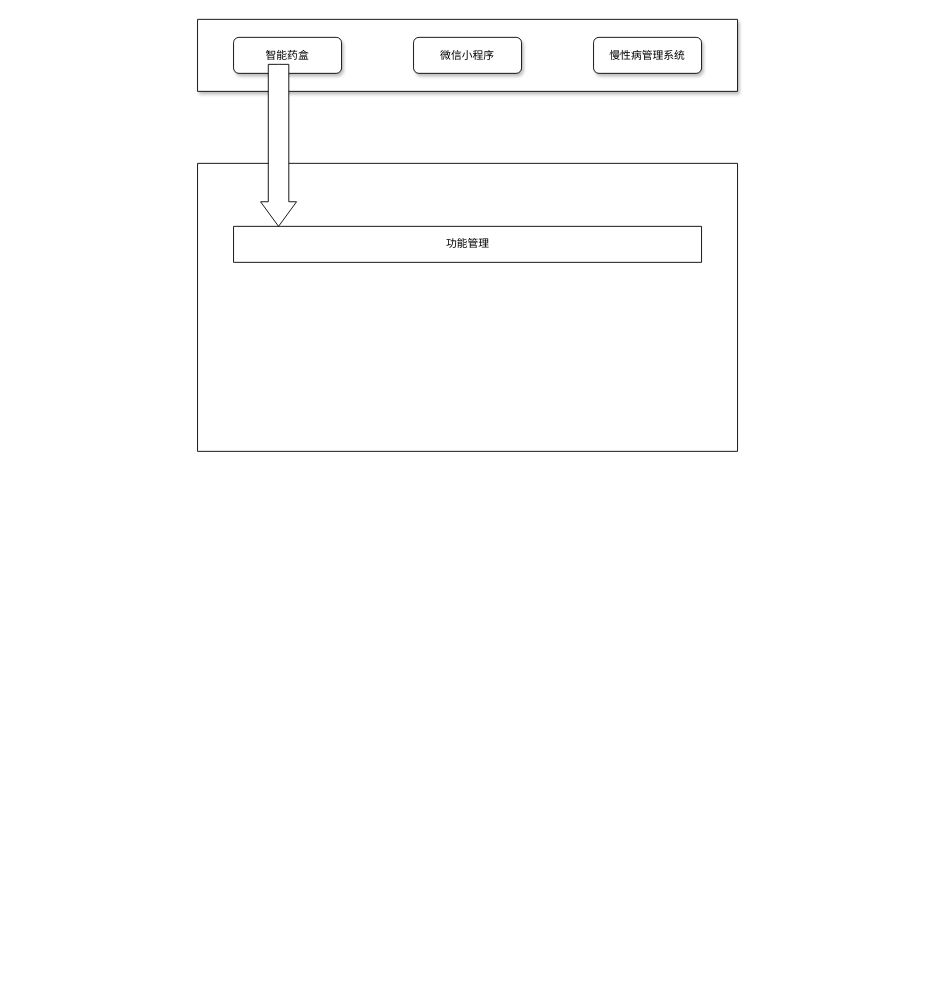
This is 药盒结构图.drawio from 177-Liukuan/MyPicture, a draw.io file, before an edit. Source tidied: cells renumbered, new cells numbered last; positions are measured from the earlier drawing's top-left corner, leaving out a move shared by most shapes. Both pictures are drawn from the tidied source at 90%, with x=0, y=0 at pixel (197, 19).
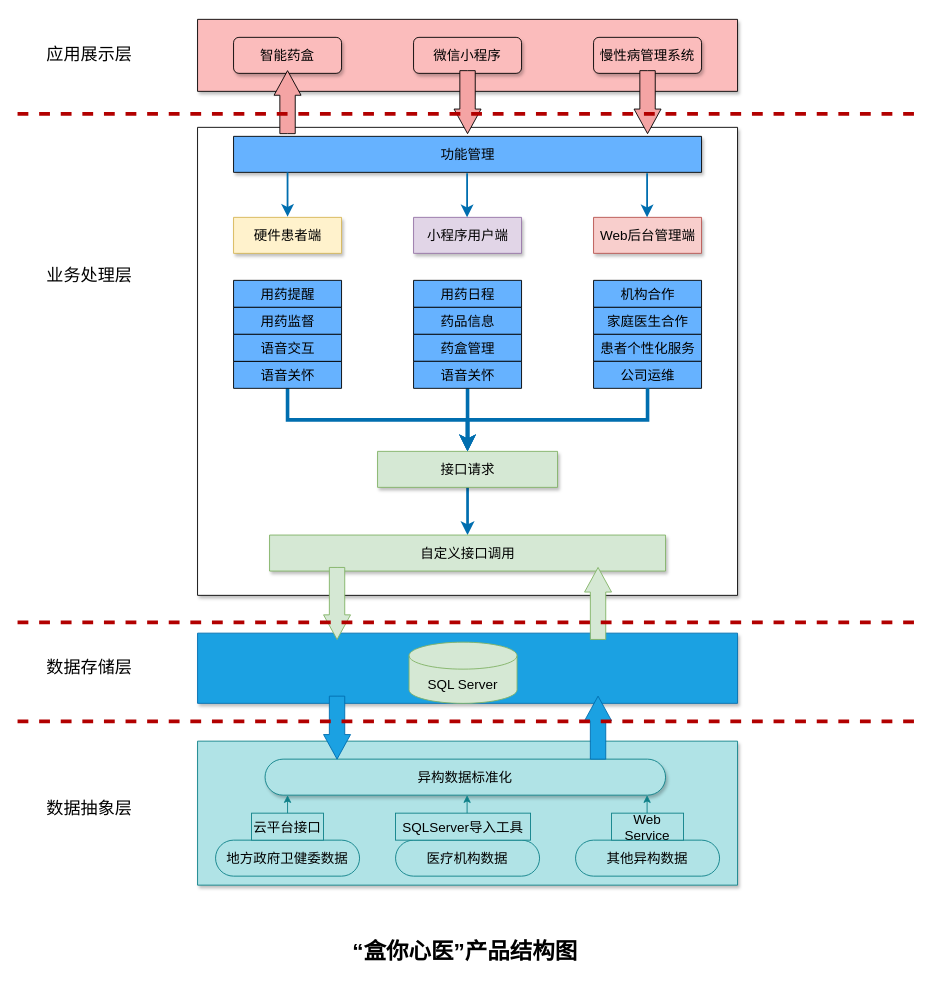
The same diagram, later.

Commit message:
更新药盒结构图.drawio

Change to the diagram source:
```diff
@@
-    <mxCell id="2" style="verticalLabelPosition=bottom;verticalAlign=top;html=1;shape=mxgraph.basic.rect;fillColor2=none;strokeWidth=1;size=20;indent=5;shadow=1;" parent="1" vertex="1">
+    <mxCell id="2" style="verticalLabelPosition=bottom;verticalAlign=top;html=1;shape=mxgraph.basic.rect;fillColor2=none;strokeWidth=1;size=20;indent=5;shadow=1;fillColor=#fbbcbc;fontSize=15;" parent="1" vertex="1">
       <mxGeometry width="600" height="80" as="geometry" />
     </mxCell>
-    <mxCell id="3" value="智能药盒" style="rounded=1;whiteSpace=wrap;html=1;gradientColor=none;glass=0;shadow=1;" parent="1" vertex="1">
+    <mxCell id="3" value="&lt;font style=&quot;vertical-align: inherit; font-size: 15px;&quot;&gt;&lt;font style=&quot;vertical-align: inherit; font-size: 15px;&quot;&gt;智能药盒&lt;/font&gt;&lt;/font&gt;" style="rounded=1;whiteSpace=wrap;html=1;gradientColor=none;glass=0;shadow=1;fillColor=#fbbcbc;fontSize=15;" parent="1" vertex="1">
       <mxGeometry x="40" y="20" width="120" height="40" as="geometry" />
     </mxCell>
-    <mxCell id="4" value="微信小程序" style="rounded=1;whiteSpace=wrap;html=1;gradientColor=none;glass=0;shadow=1;" parent="1" vertex="1">
+    <mxCell id="4" value="&lt;font style=&quot;vertical-align: inherit; font-size: 15px;&quot;&gt;&lt;font style=&quot;vertical-align: inherit; font-size: 15px;&quot;&gt;微信小程序&lt;/font&gt;&lt;/font&gt;" style="rounded=1;whiteSpace=wrap;html=1;gradientColor=none;glass=0;shadow=1;fillColor=#fbbcbc;fontSize=15;" parent="1" vertex="1">
       <mxGeometry x="240" y="20" width="120" height="40" as="geometry" />
     </mxCell>
-    <mxCell id="5" value="慢性病管理系统" style="rounded=1;whiteSpace=wrap;html=1;gradientColor=none;glass=0;shadow=1;" parent="1" vertex="1">
+    <mxCell id="5" value="&lt;font style=&quot;vertical-align: inherit; font-size: 15px;&quot;&gt;&lt;font style=&quot;vertical-align: inherit; font-size: 15px;&quot;&gt;慢性病管理系统&lt;/font&gt;&lt;/font&gt;" style="rounded=1;whiteSpace=wrap;html=1;gradientColor=none;glass=0;shadow=1;fillColor=#fbbcbc;fontSize=15;" parent="1" vertex="1">
       <mxGeometry x="440" y="20" width="120" height="40" as="geometry" />
     </mxCell>
-    <mxCell id="6" style="verticalLabelPosition=bottom;verticalAlign=top;html=1;shape=mxgraph.basic.rect;fillColor2=none;strokeWidth=1;size=20;indent=5;" parent="1" vertex="1">
-      <mxGeometry y="160" width="600" height="320" as="geometry" />
+    <mxCell id="6" style="verticalLabelPosition=bottom;verticalAlign=top;html=1;shape=mxgraph.basic.rect;fillColor2=none;strokeWidth=1;size=20;indent=5;shadow=1;fontSize=15;" parent="1" vertex="1">
+      <mxGeometry y="120" width="600" height="520" as="geometry" />
     </mxCell>
-    <mxCell id="7" value="功能管理" style="verticalLabelPosition=middle;verticalAlign=middle;html=1;shape=mxgraph.basic.rect;fillColor2=none;strokeWidth=1;size=20;indent=5;labelPosition=center;align=center;" parent="1" vertex="1">
-      <mxGeometry x="40" y="230" width="520" height="40" as="geometry" />
+    <mxCell id="7" value="&lt;font style=&quot;vertical-align: inherit; font-size: 15px;&quot;&gt;&lt;font style=&quot;vertical-align: inherit; font-size: 15px;&quot;&gt;功能管理&lt;/font&gt;&lt;/font&gt;" style="verticalLabelPosition=middle;verticalAlign=middle;html=1;shape=mxgraph.basic.rect;fillColor2=none;strokeWidth=1;size=20;indent=5;labelPosition=center;align=center;shadow=1;fillStyle=auto;fillColor=#66B2FF;fontSize=15;" parent="1" vertex="1">
+      <mxGeometry x="40" y="130" width="520" height="40" as="geometry" />
     </mxCell>
-    <mxCell id="8" style="html=1;shadow=0;dashed=0;align=center;verticalAlign=middle;shape=mxgraph.arrows2.arrow;dy=0.43;dx=27.33;direction=south;notch=0;" parent="1" vertex="1">
-      <mxGeometry x="70" y="50" width="40" height="180" as="geometry" />
+    <mxCell id="8" style="html=1;shadow=0;dashed=0;align=center;verticalAlign=middle;shape=mxgraph.arrows2.arrow;dy=0.43;dx=27.33;direction=south;notch=0;fillColor=#f4a4a4;fontSize=15;" parent="1" vertex="1">
+      <mxGeometry x="485" y="57" width="30" height="70" as="geometry" />
     </mxCell>
+    <mxCell id="9" style="html=1;shadow=0;dashed=0;align=center;verticalAlign=middle;shape=mxgraph.arrows2.arrow;dy=0.43;dx=27.33;direction=south;notch=0;fillColor=#f4a4a4;fontSize=15;" parent="1" vertex="1">
+      <mxGeometry x="285" y="57" width="30" height="70" as="geometry" />
+    </mxCell>
+    <mxCell id="10" style="html=1;shadow=0;dashed=0;align=center;verticalAlign=middle;shape=mxgraph.arrows2.arrow;dy=0.43;dx=27.33;direction=south;notch=0;rotation=-180;fillColor=#f4a4a4;fontSize=15;" parent="1" vertex="1">
+      <mxGeometry x="85" y="57" width="30" height="70" as="geometry" />
+    </mxCell>
+    <mxCell id="11" style="edgeStyle=orthogonalEdgeStyle;rounded=0;jettySize=auto;html=1;fillColor=#1ba1e2;strokeColor=#006EAF;strokeWidth=3;fontSize=15;" parent="1" edge="1" source="12" target="13">
+      <mxGeometry relative="1" as="geometry" />
+    </mxCell>
+    <mxCell id="12" value="接口请求" style="verticalLabelPosition=middle;verticalAlign=middle;html=1;shape=mxgraph.basic.rect;fillColor2=none;strokeWidth=1;size=20;indent=5;labelPosition=center;align=center;shadow=1;fillColor=#d5e8d4;strokeColor=#82b366;fontSize=15;" parent="1" vertex="1">
+      <mxGeometry x="200" y="480" width="200" height="40" as="geometry" />
+    </mxCell>
+    <mxCell id="13" value="自定义接口调用" style="verticalLabelPosition=middle;verticalAlign=middle;html=1;shape=mxgraph.basic.rect;fillColor2=none;strokeWidth=1;size=20;indent=5;labelPosition=center;align=center;shadow=1;fillColor=#d5e8d4;strokeColor=#82b366;fontSize=15;" parent="1" vertex="1">
+      <mxGeometry x="80" y="573" width="440" height="40" as="geometry" />
+    </mxCell>
+    <mxCell id="14" value="硬件患者端" style="verticalLabelPosition=middle;verticalAlign=middle;html=1;shape=mxgraph.basic.rect;fillColor2=none;strokeWidth=1;size=20;indent=5;labelPosition=center;align=center;fillStyle=auto;shadow=1;fillColor=#fff2cc;strokeColor=#d6b656;fontSize=15;" parent="1" vertex="1">
+      <mxGeometry x="40" y="220" width="120" height="40" as="geometry" />
+    </mxCell>
+    <mxCell id="15" value="小程序用户端" style="verticalLabelPosition=middle;verticalAlign=middle;html=1;shape=mxgraph.basic.rect;fillColor2=none;strokeWidth=1;size=20;indent=5;labelPosition=center;align=center;fillStyle=auto;shadow=1;fillColor=#e1d5e7;strokeColor=#9673a6;fontSize=15;" parent="1" vertex="1">
+      <mxGeometry x="240" y="220" width="120" height="40" as="geometry" />
+    </mxCell>
+    <mxCell id="16" value="Web后台管理端" style="verticalLabelPosition=middle;verticalAlign=middle;html=1;shape=mxgraph.basic.rect;fillColor2=none;strokeWidth=1;size=20;indent=5;labelPosition=center;align=center;fillStyle=auto;shadow=1;fillColor=#f8cecc;strokeColor=#b85450;fontSize=15;" parent="1" vertex="1">
+      <mxGeometry x="440" y="220" width="120" height="40" as="geometry" />
+    </mxCell>
+    <mxCell id="17" value="用药提醒" style="verticalLabelPosition=middle;verticalAlign=middle;html=1;shape=mxgraph.basic.rect;fillColor2=none;strokeWidth=1;size=20;indent=5;labelPosition=center;align=center;fillColor=#66B2FF;fontSize=15;" parent="1" vertex="1">
+      <mxGeometry x="40" y="290" width="120" height="30" as="geometry" />
+    </mxCell>
+    <mxCell id="18" value="用药监督" style="verticalLabelPosition=middle;verticalAlign=middle;html=1;shape=mxgraph.basic.rect;fillColor2=none;strokeWidth=1;size=20;indent=5;labelPosition=center;align=center;fillColor=#66B2FF;fontSize=15;" parent="1" vertex="1">
+      <mxGeometry x="40" y="320" width="120" height="30" as="geometry" />
+    </mxCell>
+    <mxCell id="19" style="edgeStyle=elbowEdgeStyle;rounded=0;jettySize=auto;html=1;elbow=vertical;fillColor=#1ba1e2;strokeColor=#006EAF;strokeWidth=4;fontSize=15;" parent="1" edge="1" source="20" target="12">
+      <mxGeometry relative="1" as="geometry" />
+    </mxCell>
+    <mxCell id="20" value="语音关怀" style="verticalLabelPosition=middle;verticalAlign=middle;html=1;shape=mxgraph.basic.rect;fillColor2=none;strokeWidth=1;size=20;indent=5;labelPosition=center;align=center;fillColor=#66B2FF;fontSize=15;" parent="1" vertex="1">
+      <mxGeometry x="40" y="380" width="120" height="30" as="geometry" />
+    </mxCell>
+    <mxCell id="21" value="语音交互" style="verticalLabelPosition=middle;verticalAlign=middle;html=1;shape=mxgraph.basic.rect;fillColor2=none;strokeWidth=1;size=20;indent=5;labelPosition=center;align=center;fillColor=#66B2FF;fontSize=15;" parent="1" vertex="1">
+      <mxGeometry x="40" y="350" width="120" height="30" as="geometry" />
+    </mxCell>
+    <mxCell id="22" value="用药日程" style="verticalLabelPosition=middle;verticalAlign=middle;html=1;shape=mxgraph.basic.rect;fillColor2=none;strokeWidth=1;size=20;indent=5;labelPosition=center;align=center;fillColor=#66B2FF;fontSize=15;" parent="1" vertex="1">
+      <mxGeometry x="240" y="290" width="120" height="30" as="geometry" />
+    </mxCell>
+    <mxCell id="23" value="药品信息" style="verticalLabelPosition=middle;verticalAlign=middle;html=1;shape=mxgraph.basic.rect;fillColor2=none;strokeWidth=1;size=20;indent=5;labelPosition=center;align=center;fillColor=#66B2FF;fontSize=15;" parent="1" vertex="1">
+      <mxGeometry x="240" y="320" width="120" height="30" as="geometry" />
+    </mxCell>
+    <mxCell id="24" value="药盒管理" style="verticalLabelPosition=middle;verticalAlign=middle;html=1;shape=mxgraph.basic.rect;fillColor2=none;strokeWidth=1;size=20;indent=5;labelPosition=center;align=center;fillColor=#66B2FF;fontSize=15;" parent="1" vertex="1">
+      <mxGeometry x="240" y="350" width="120" height="30" as="geometry" />
+    </mxCell>
+    <mxCell id="25" style="edgeStyle=orthogonalEdgeStyle;rounded=0;jettySize=auto;html=1;fillColor=#1ba1e2;strokeColor=#006EAF;strokeWidth=4;fontSize=15;" parent="1" edge="1" source="26" target="12">
+      <mxGeometry relative="1" as="geometry" />
+    </mxCell>
+    <mxCell id="26" value="语音关怀" style="verticalLabelPosition=middle;verticalAlign=middle;html=1;shape=mxgraph.basic.rect;fillColor2=none;strokeWidth=1;size=20;indent=5;labelPosition=center;align=center;fillColor=#66B2FF;fontSize=15;" parent="1" vertex="1">
+      <mxGeometry x="240" y="380" width="120" height="30" as="geometry" />
+    </mxCell>
+    <mxCell id="27" value="机构合作" style="verticalLabelPosition=middle;verticalAlign=middle;html=1;shape=mxgraph.basic.rect;fillColor2=none;strokeWidth=1;size=20;indent=5;labelPosition=center;align=center;fillColor=#66B2FF;fontSize=15;" parent="1" vertex="1">
+      <mxGeometry x="440" y="290" width="120" height="30" as="geometry" />
+    </mxCell>
+    <mxCell id="28" value="家庭医生合作" style="verticalLabelPosition=middle;verticalAlign=middle;html=1;shape=mxgraph.basic.rect;fillColor2=none;strokeWidth=1;size=20;indent=5;labelPosition=center;align=center;fillColor=#66B2FF;fontSize=15;" parent="1" vertex="1">
+      <mxGeometry x="440" y="320" width="120" height="30" as="geometry" />
+    </mxCell>
+    <mxCell id="29" value="患者个性化服务" style="verticalLabelPosition=middle;verticalAlign=middle;html=1;shape=mxgraph.basic.rect;fillColor2=none;strokeWidth=1;size=20;indent=5;labelPosition=center;align=center;fillColor=#66B2FF;fontSize=15;" parent="1" vertex="1">
+      <mxGeometry x="440" y="350" width="120" height="30" as="geometry" />
+    </mxCell>
+    <mxCell id="30" value="公司运维" style="verticalLabelPosition=middle;verticalAlign=middle;html=1;shape=mxgraph.basic.rect;fillColor2=none;strokeWidth=1;size=20;indent=5;labelPosition=center;align=center;fillColor=#66B2FF;fontSize=15;" parent="1" vertex="1">
+      <mxGeometry x="440" y="380" width="120" height="30" as="geometry" />
+    </mxCell>
+    <mxCell id="31" style="endArrow=classic;html=1;rounded=0;endSize=8;startSize=8;entryX=0.5;entryY=-0.017;entryDx=0;entryDy=0;entryPerimeter=0;fillColor=#1ba1e2;strokeColor=#006EAF;strokeWidth=2;fontSize=15;" parent="1" edge="1" target="14">
+      <mxGeometry relative="1" as="geometry">
+        <mxPoint x="100" y="170" as="sourcePoint" />
+      </mxGeometry>
+    </mxCell>
+    <mxCell id="32" style="endArrow=classic;html=1;rounded=0;endSize=8;startSize=8;entryX=0.5;entryY=-0.017;entryDx=0;entryDy=0;entryPerimeter=0;fillColor=#1ba1e2;strokeColor=#006EAF;strokeWidth=2;fontSize=15;" parent="1" edge="1">
+      <mxGeometry relative="1" as="geometry">
+        <mxPoint x="299.5" y="171" as="sourcePoint" />
+        <mxPoint x="299.5" y="220" as="targetPoint" />
+      </mxGeometry>
+    </mxCell>
+    <mxCell id="33" style="endArrow=classic;html=1;rounded=0;endSize=8;startSize=8;entryX=0.5;entryY=-0.017;entryDx=0;entryDy=0;entryPerimeter=0;fillColor=#1ba1e2;strokeColor=#006EAF;strokeWidth=2;fontSize=15;" parent="1" edge="1">
+      <mxGeometry relative="1" as="geometry">
+        <mxPoint x="499.5" y="171" as="sourcePoint" />
+        <mxPoint x="499.5" y="220" as="targetPoint" />
+      </mxGeometry>
+    </mxCell>
+    <mxCell id="34" style="verticalLabelPosition=bottom;verticalAlign=top;html=1;shape=mxgraph.basic.rect;fillColor2=none;strokeWidth=1;size=20;indent=5;shadow=1;fillColor=#1ba1e2;strokeColor=#006EAF;fontColor=#ffffff;fontSize=15;" parent="1" vertex="1">
+      <mxGeometry y="682" width="600" height="78" as="geometry" />
+    </mxCell>
+    <mxCell id="35" style="edgeStyle=elbowEdgeStyle;rounded=0;jettySize=auto;html=1;elbow=vertical;fillColor=#1ba1e2;strokeColor=#006EAF;strokeWidth=4;fontSize=15;" parent="1" edge="1" target="12">
+      <mxGeometry relative="1" as="geometry">
+        <mxPoint x="500" y="410" as="sourcePoint" />
+      </mxGeometry>
+    </mxCell>
+    <mxCell id="36" style="html=1;shadow=0;dashed=0;align=center;verticalAlign=middle;shape=mxgraph.arrows2.arrow;dy=0.43;dx=27.33;direction=south;notch=0;fillColor=#d5e8d4;strokeColor=#82b366;fontSize=15;" parent="1" vertex="1">
+      <mxGeometry x="140" y="609" width="30" height="80" as="geometry" />
+    </mxCell>
+    <mxCell id="37" style="html=1;shadow=0;dashed=0;align=center;verticalAlign=middle;shape=mxgraph.arrows2.arrow;dy=0.43;dx=27.33;direction=south;notch=0;rotation=-180;fillColor=#d5e8d4;strokeColor=#82b366;fontSize=15;" parent="1" vertex="1">
+      <mxGeometry x="430" y="609" width="30" height="80" as="geometry" />
+    </mxCell>
+    <mxCell id="38" value="SQL Server" style="shape=cylinder3;whiteSpace=wrap;html=1;boundedLbl=1;backgroundOutline=1;size=15;fillColor=#d5e8d4;strokeColor=#82b366;fontSize=15;" parent="1" vertex="1">
+      <mxGeometry x="235" y="692" width="120" height="68" as="geometry" />
+    </mxCell>
+    <mxCell id="39" style="verticalLabelPosition=bottom;verticalAlign=top;html=1;shape=mxgraph.basic.rect;fillColor2=none;strokeWidth=1;size=20;indent=5;shadow=1;fillColor=#b0e3e6;strokeColor=#0e8088;fontSize=15;" parent="1" vertex="1">
+      <mxGeometry y="802" width="600" height="160" as="geometry" />
+    </mxCell>
+    <mxCell id="40" value="异构数据标准化" style="rounded=1;whiteSpace=wrap;html=1;absoluteArcSize=1;arcSize=90;shadow=1;fillColor=#b0e3e6;strokeColor=#0e8088;fontSize=15;" parent="1" vertex="1">
+      <mxGeometry x="75" y="822" width="445" height="40" as="geometry" />
+    </mxCell>
+    <mxCell id="41" value="医疗机构数据" style="rounded=1;whiteSpace=wrap;html=1;absoluteArcSize=1;arcSize=90;fillColor=#b0e3e6;strokeColor=#0e8088;fontSize=15;" parent="1" vertex="1">
+      <mxGeometry x="220" y="912" width="160" height="40" as="geometry" />
+    </mxCell>
+    <mxCell id="42" value="其他异构数据" style="rounded=1;whiteSpace=wrap;html=1;absoluteArcSize=1;arcSize=90;fillColor=#b0e3e6;strokeColor=#0e8088;fontSize=15;" parent="1" vertex="1">
+      <mxGeometry x="420" y="912" width="160" height="40" as="geometry" />
+    </mxCell>
+    <mxCell id="43" value="地方政府卫健委数据" style="rounded=1;whiteSpace=wrap;html=1;absoluteArcSize=1;arcSize=90;fillColor=#b0e3e6;strokeColor=#0e8088;fontSize=15;" parent="1" vertex="1">
+      <mxGeometry x="20" y="912" width="160" height="40" as="geometry" />
+    </mxCell>
+    <mxCell id="44" style="html=1;shadow=0;dashed=0;align=center;verticalAlign=middle;shape=mxgraph.arrows2.arrow;dy=0.43;dx=27.33;direction=south;notch=0;fillColor=#1ba1e2;fontColor=#ffffff;strokeColor=#006EAF;fontSize=15;" parent="1" vertex="1">
+      <mxGeometry x="140" y="752" width="30" height="70" as="geometry" />
+    </mxCell>
+    <mxCell id="45" style="html=1;shadow=0;dashed=0;align=center;verticalAlign=middle;shape=mxgraph.arrows2.arrow;dy=0.43;dx=27.33;direction=south;notch=0;rotation=-180;fillColor=#1ba1e2;fontColor=#ffffff;strokeColor=#006EAF;fontSize=15;" parent="1" vertex="1">
+      <mxGeometry x="430" y="752" width="30" height="70" as="geometry" />
+    </mxCell>
+    <mxCell id="46" style="endArrow=classic;html=1;rounded=0;exitX=0.5;exitY=0;exitDx=0;exitDy=0;fillColor=#b0e3e6;strokeColor=#0e8088;fontSize=15;" parent="1" edge="1" source="43">
+      <mxGeometry relative="1" as="geometry">
+        <mxPoint x="100" y="862" as="targetPoint" />
+      </mxGeometry>
+    </mxCell>
+    <mxCell id="47" style="endArrow=classic;html=1;rounded=0;exitX=0.5;exitY=0;exitDx=0;exitDy=0;fillColor=#b0e3e6;strokeColor=#0e8088;fontSize=15;" parent="1" edge="1">
+      <mxGeometry relative="1" as="geometry">
+        <mxPoint x="299.5" y="912" as="sourcePoint" />
+        <mxPoint x="299.5" y="862" as="targetPoint" />
+      </mxGeometry>
+    </mxCell>
+    <mxCell id="48" style="endArrow=classic;html=1;rounded=0;exitX=0.5;exitY=0;exitDx=0;exitDy=0;fillColor=#b0e3e6;strokeColor=#0e8088;fontSize=15;" parent="1" edge="1">
+      <mxGeometry relative="1" as="geometry">
+        <mxPoint x="499.5" y="912" as="sourcePoint" />
+        <mxPoint x="499.5" y="862" as="targetPoint" />
+      </mxGeometry>
+    </mxCell>
+    <mxCell id="49" value="云平台接口" style="text;html=1;strokeColor=#0e8088;fillColor=#b0e3e6;align=center;verticalAlign=middle;whiteSpace=wrap;rounded=0;fontSize=15;" parent="1" vertex="1">
+      <mxGeometry x="60" y="882" width="80" height="30" as="geometry" />
+    </mxCell>
+    <mxCell id="50" value="SQLServer导入工具" style="text;html=1;strokeColor=#0e8088;fillColor=#b0e3e6;align=center;verticalAlign=middle;whiteSpace=wrap;rounded=0;fontSize=15;" parent="1" vertex="1">
+      <mxGeometry x="220" y="882" width="150" height="30" as="geometry" />
+    </mxCell>
+    <mxCell id="51" value="Web Service" style="text;html=1;strokeColor=#0e8088;fillColor=#b0e3e6;align=center;verticalAlign=middle;whiteSpace=wrap;rounded=0;fontSize=15;" parent="1" vertex="1">
+      <mxGeometry x="460" y="882" width="80" height="30" as="geometry" />
+    </mxCell>
+    <mxCell id="52" style="endArrow=none;dashed=1;html=1;rounded=0;fontSize=20;strokeWidth=4;fillColor=#e51400;strokeColor=#B20000;" parent="1" edge="1">
+      <mxGeometry relative="1" as="geometry">
+        <mxPoint x="-200" y="105" as="sourcePoint" />
+        <mxPoint x="800" y="105" as="targetPoint" />
+      </mxGeometry>
+    </mxCell>
+    <mxCell id="53" value="应用展示层" style="text;html=1;strokeColor=none;fillColor=none;align=center;verticalAlign=middle;whiteSpace=wrap;rounded=0;fontSize=19;" parent="1" vertex="1">
+      <mxGeometry x="-170" y="25" width="100" height="30" as="geometry" />
+    </mxCell>
+    <mxCell id="54" style="endArrow=none;dashed=1;html=1;rounded=0;fontSize=20;strokeWidth=4;fillColor=#e51400;strokeColor=#B20000;" parent="1" edge="1">
+      <mxGeometry relative="1" as="geometry">
+        <mxPoint x="-200" y="670" as="sourcePoint" />
+        <mxPoint x="800" y="670" as="targetPoint" />
+      </mxGeometry>
+    </mxCell>
+    <mxCell id="55" value="业务处理层" style="text;html=1;strokeColor=none;fillColor=none;align=center;verticalAlign=middle;whiteSpace=wrap;rounded=0;fontSize=19;" parent="1" vertex="1">
+      <mxGeometry x="-170" y="270" width="100" height="30" as="geometry" />
+    </mxCell>
+    <mxCell id="56" style="endArrow=none;dashed=1;html=1;rounded=0;fontSize=20;strokeWidth=4;fillColor=#e51400;strokeColor=#B20000;" parent="1" edge="1">
+      <mxGeometry relative="1" as="geometry">
+        <mxPoint x="-200" y="780" as="sourcePoint" />
+        <mxPoint x="800" y="780" as="targetPoint" />
+      </mxGeometry>
+    </mxCell>
+    <mxCell id="57" value="数据存储层" style="text;html=1;strokeColor=none;fillColor=none;align=center;verticalAlign=middle;whiteSpace=wrap;rounded=0;fontSize=19;" parent="1" vertex="1">
+      <mxGeometry x="-170" y="706" width="100" height="30" as="geometry" />
+    </mxCell>
+    <mxCell id="58" value="数据抽象层" style="text;html=1;strokeColor=none;fillColor=none;align=center;verticalAlign=middle;whiteSpace=wrap;rounded=0;fontSize=19;" parent="1" vertex="1">
+      <mxGeometry x="-170" y="862" width="100" height="30" as="geometry" />
+    </mxCell>
+    <mxCell id="59" value="“盒你心医”产品结构图" style="text;html=1;strokeColor=none;fillColor=none;align=center;verticalAlign=middle;whiteSpace=wrap;rounded=0;fontSize=25;fontStyle=1;" parent="1" vertex="1">
+      <mxGeometry x="125" y="1000" width="345" height="70" as="geometry" />
+    </mxCell>
```
